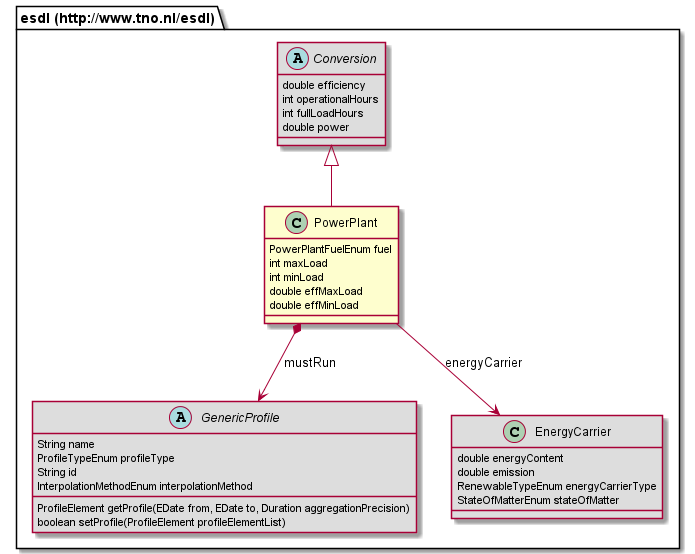
Earlier version of the PlantUML export 687474703a2f2f7777772e746e6f2e6e6c2f6573646c/PowerPlant.png (EnergyTransition/energytransition.github.io).
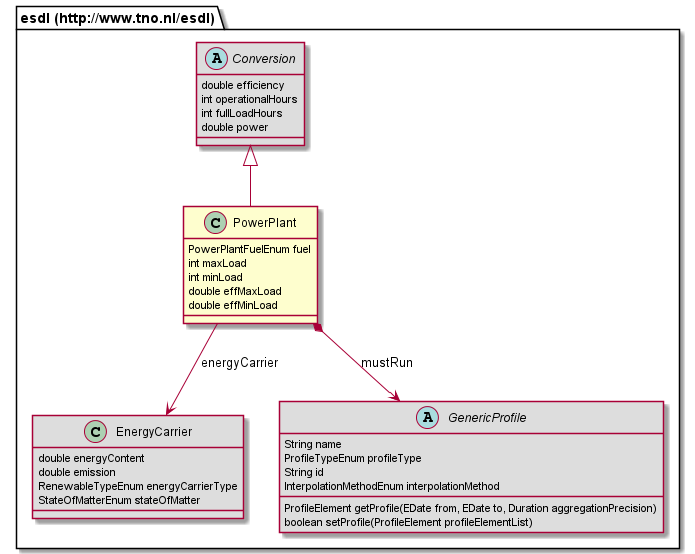
After the change.

The edit, as a diff of the source:
```diff
@@ -6,6 +6,12 @@
 	double effMaxLoad
 	double effMinLoad
 }
+class "esdl (http://www.tno.nl/esdl).EnergyCarrier" [[#router/doc-content/687474703a2f2f7777772e746e6f2e6e6c2f6573646c/EnergyCarrier.html{Defines a carrier of energy with its emission and energy content properties}]] #DDDDDD {
+	double energyContent
+	double emission
+	RenewableTypeEnum energyCarrierType
+	StateOfMatterEnum stateOfMatter
+}
 abstract class "esdl (http://www.tno.nl/esdl).GenericProfile" [[#router/doc-content/687474703a2f2f7777772e746e6f2e6e6c2f6573646c/GenericProfile.html{All profiles should describe these fields: a name and a ProfileType. }]] #DDDDDD {
 	String name
 	ProfileTypeEnum profileType
@@ -13,12 +19,6 @@
 	InterpolationMethodEnum interpolationMethod
 	ProfileElement getProfile(EDate from, EDate to, Duration aggregationPrecision)
 	boolean setProfile(ProfileElement profileElementList)
-}
-class "esdl (http://www.tno.nl/esdl).EnergyCarrier" [[#router/doc-content/687474703a2f2f7777772e746e6f2e6e6c2f6573646c/EnergyCarrier.html{Defines a carrier of energy with its emission and energy content properties}]] #DDDDDD {
-	double energyContent
-	double emission
-	RenewableTypeEnum energyCarrierType
-	StateOfMatterEnum stateOfMatter
 }
 abstract class "esdl (http://www.tno.nl/esdl).Conversion" [[#router/doc-content/687474703a2f2f7777772e746e6f2e6e6c2f6573646c/Conversion.html{An abstract class that describes EnergyAssets that can convert one energy carrier into another. }]] #DDDDDD {
 	double efficiency
```
